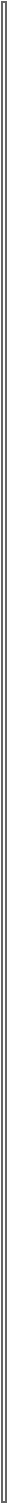
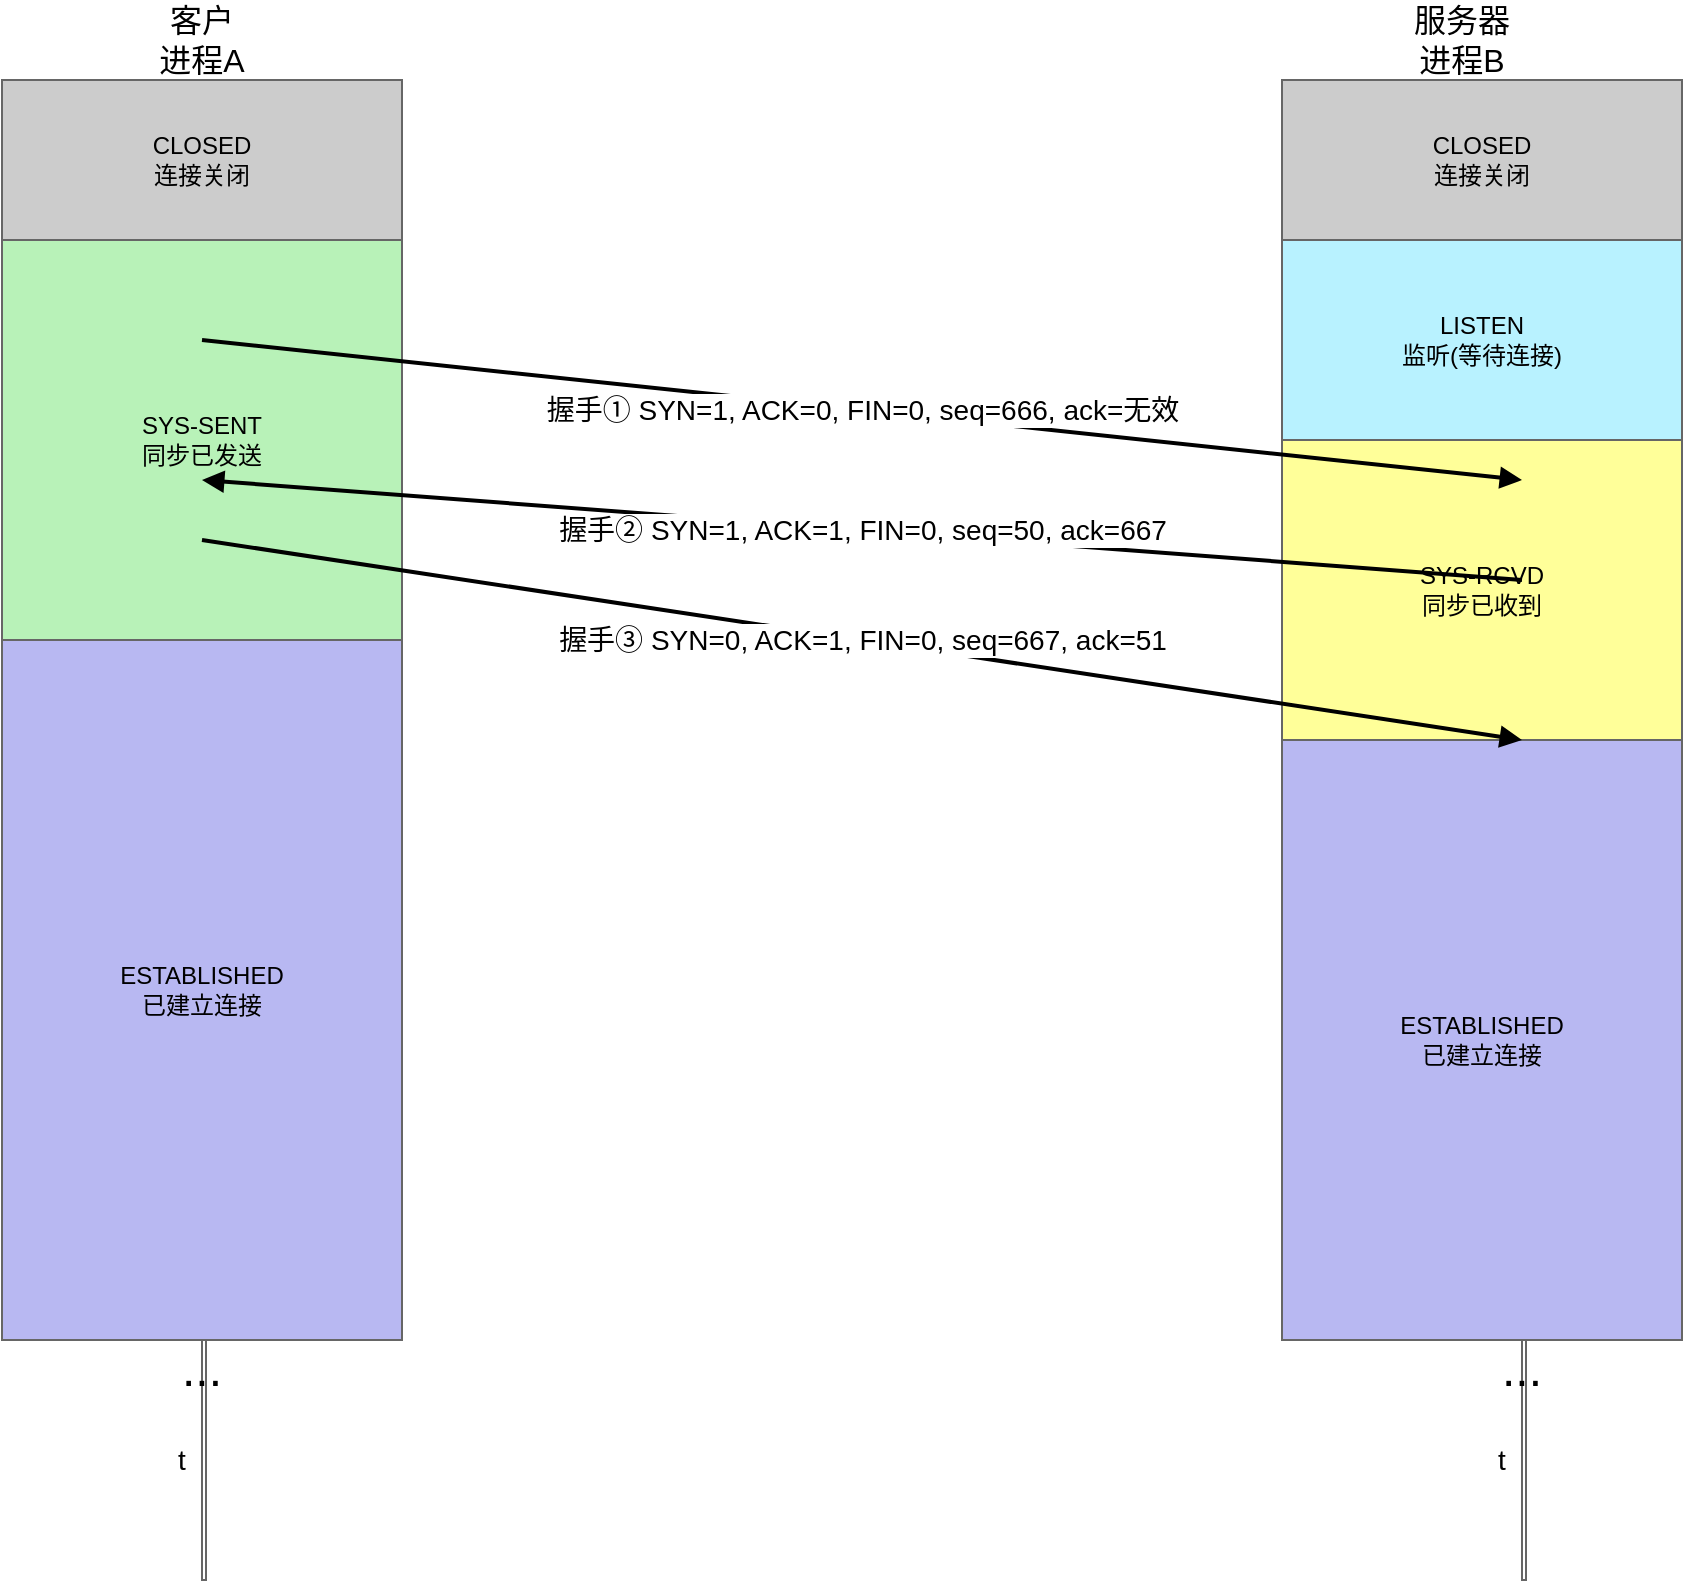
<mxfile host="app.diagrams.net">
  <diagram id="TCP-3way-handshake" name="TCP三次握手">
    <mxGraphModel dx="1200" dy="800" grid="1" gridSize="10" guides="1" tooltips="1" connect="1" arrows="1">
      <root>
        <mxCell id="0"/>
        <mxCell id="1" parent="0"/>

        <mxCell id="colA" value="" style="endArrow=none;html=1;strokeColor=#666666;" vertex="1" parent="1">
          <mxGeometry x="120" y="50" width="2" height="750" as="geometry"/>
        </mxCell>

-         <mxCell id="stateA1" value="CLOSED<br>连接关闭" style="rounded=0;whiteSpace=wrap;html=1;fillColor=#CCCCCC;strokeColor=#666666;" vertex="1" parent="1">
+         <mxCell id="stateA1" value="CLOSED&#xa;连接关闭" style="rounded=0;whiteSpace=wrap;html=1;fillColor=#CCCCCC;strokeColor=#666666;" vertex="1" parent="1">
          <mxGeometry x="20" y="50" width="200" height="80" as="geometry"/>
        </mxCell>

-         <mxCell id="stateA2" value="SYS-SENT<br>同步已发送" style="rounded=0;whiteSpace=wrap;html=1;fillColor=#B8F2B8;strokeColor=#666666;" vertex="1" parent="1">
+         <mxCell id="stateA2" value="SYS-SENT&#xa;同步已发送" style="rounded=0;whiteSpace=wrap;html=1;fillColor=#B8F2B8;strokeColor=#666666;" vertex="1" parent="1">
          <mxGeometry x="20" y="130" width="200" height="200" as="geometry"/>
        </mxCell>

-         <mxCell id="stateA3" value="ESTABLISHED<br>已建立连接" style="rounded=0;whiteSpace=wrap;html=1;fillColor=#B8B8F2;strokeColor=#666666;" vertex="1" parent="1">
+         <mxCell id="stateA3" value="ESTABLISHED&#xa;已建立连接" style="rounded=0;whiteSpace=wrap;html=1;fillColor=#B8B8F2;strokeColor=#666666;" vertex="1" parent="1">
          <mxGeometry x="20" y="330" width="200" height="350" as="geometry"/>
        </mxCell>

        <mxCell id="dotsA" value="..." style="text;html=1;strokeColor=none;fillColor=none;align=center;verticalAlign=middle;whiteSpace=wrap;rounded=0;fontSize=24;" vertex="1" parent="1">
          <mxGeometry x="100" y="680" width="40" height="30" as="geometry"/>
        </mxCell>

-         <mxCell id="labelA" value="客户<br>进程A" style="text;html=1;strokeColor=none;fillColor=none;align=center;verticalAlign=middle;whiteSpace=wrap;rounded=0;fontSize=16;" vertex="1" parent="1">
+         <mxCell id="labelA" value="客户&#xa;进程A" style="text;html=1;strokeColor=none;fillColor=none;align=center;verticalAlign=middle;whiteSpace=wrap;rounded=0;fontSize=16;" vertex="1" parent="1">
          <mxGeometry x="70" y="10" width="100" height="40" as="geometry"/>
        </mxCell>

        <mxCell id="colB" value="" style="endArrow=none;html=1;strokeColor=#666666;" vertex="1" parent="1">
          <mxGeometry x="780" y="50" width="2" height="750" as="geometry"/>
        </mxCell>

-         <mxCell id="stateB1" value="CLOSED<br>连接关闭" style="rounded=0;whiteSpace=wrap;html=1;fillColor=#CCCCCC;strokeColor=#666666;" vertex="1" parent="1">
+         <mxCell id="stateB1" value="CLOSED&#xa;连接关闭" style="rounded=0;whiteSpace=wrap;html=1;fillColor=#CCCCCC;strokeColor=#666666;" vertex="1" parent="1">
          <mxGeometry x="660" y="50" width="200" height="80" as="geometry"/>
        </mxCell>

-         <mxCell id="stateB2" value="LISTEN<br>监听(等待连接)" style="rounded=0;whiteSpace=wrap;html=1;fillColor=#B8F2FF;strokeColor=#666666;" vertex="1" parent="1">
+         <mxCell id="stateB2" value="LISTEN&#xa;监听(等待连接)" style="rounded=0;whiteSpace=wrap;html=1;fillColor=#B8F2FF;strokeColor=#666666;" vertex="1" parent="1">
          <mxGeometry x="660" y="130" width="200" height="100" as="geometry"/>
        </mxCell>

-         <mxCell id="stateB3" value="SYS-RCVD<br>同步已收到" style="rounded=0;whiteSpace=wrap;html=1;fillColor=#FFFF99;strokeColor=#666666;" vertex="1" parent="1">
+         <mxCell id="stateB3" value="SYS-RCVD&#xa;同步已收到" style="rounded=0;whiteSpace=wrap;html=1;fillColor=#FFFF99;strokeColor=#666666;" vertex="1" parent="1">
          <mxGeometry x="660" y="230" width="200" height="150" as="geometry"/>
        </mxCell>

-         <mxCell id="stateB4" value="ESTABLISHED<br>已建立连接" style="rounded=0;whiteSpace=wrap;html=1;fillColor=#B8B8F2;strokeColor=#666666;" vertex="1" parent="1">
+         <mxCell id="stateB4" value="ESTABLISHED&#xa;已建立连接" style="rounded=0;whiteSpace=wrap;html=1;fillColor=#B8B8F2;strokeColor=#666666;" vertex="1" parent="1">
          <mxGeometry x="660" y="380" width="200" height="300" as="geometry"/>
        </mxCell>

        <mxCell id="dotsB" value="..." style="text;html=1;strokeColor=none;fillColor=none;align=center;verticalAlign=middle;whiteSpace=wrap;rounded=0;fontSize=24;" vertex="1" parent="1">
          <mxGeometry x="760" y="680" width="40" height="30" as="geometry"/>
        </mxCell>

-         <mxCell id="labelB" value="服务器<br>进程B" style="text;html=1;strokeColor=none;fillColor=none;align=center;verticalAlign=middle;whiteSpace=wrap;rounded=0;fontSize=16;" vertex="1" parent="1">
+         <mxCell id="labelB" value="服务器&#xa;进程B" style="text;html=1;strokeColor=none;fillColor=none;align=center;verticalAlign=middle;whiteSpace=wrap;rounded=0;fontSize=16;" vertex="1" parent="1">
          <mxGeometry x="700" y="10" width="100" height="40" as="geometry"/>
        </mxCell>

        <mxCell id="timeA" value="t" style="text;html=1;strokeColor=none;fillColor=none;align=center;verticalAlign=middle;whiteSpace=wrap;rounded=0;fontSize=14;" vertex="1" parent="1">
          <mxGeometry x="100" y="730" width="20" height="20" as="geometry"/>
        </mxCell>

        <mxCell id="timeB" value="t" style="text;html=1;strokeColor=none;fillColor=none;align=center;verticalAlign=middle;whiteSpace=wrap;rounded=0;fontSize=14;" vertex="1" parent="1">
          <mxGeometry x="760" y="730" width="20" height="20" as="geometry"/>
        </mxCell>

        <mxCell id="arrow1" value="握手① SYN=1, ACK=0, FIN=0, seq=666, ack=无效" style="endArrow=block;html=1;strokeWidth=2;fillColor=#000000;labelBackgroundColor=#ffffff;fontSize=14;" edge="1" parent="1">
          <mxGeometry relative="1" as="geometry">
            <mxPoint x="120" y="180" as="sourcePoint"/>
            <mxPoint x="780" y="250" as="targetPoint"/>
          </mxGeometry>
        </mxCell>

        <mxCell id="arrow2" value="握手② SYN=1, ACK=1, FIN=0, seq=50, ack=667" style="endArrow=block;html=1;strokeWidth=2;fillColor=#000000;labelBackgroundColor=#ffffff;fontSize=14;" edge="1" parent="1">
          <mxGeometry relative="1" as="geometry">
            <mxPoint x="780" y="300" as="sourcePoint"/>
            <mxPoint x="120" y="250" as="targetPoint"/>
          </mxGeometry>
        </mxCell>

        <mxCell id="arrow3" value="握手③ SYN=0, ACK=1, FIN=0, seq=667, ack=51" style="endArrow=block;html=1;strokeWidth=2;fillColor=#000000;labelBackgroundColor=#ffffff;fontSize=14;" edge="1" parent="1">
          <mxGeometry relative="1" as="geometry">
            <mxPoint x="120" y="280" as="sourcePoint"/>
            <mxPoint x="780" y="380" as="targetPoint"/>
          </mxGeometry>
        </mxCell>
      </root>
    </mxGraphModel>
  </diagram>
</mxfile>
